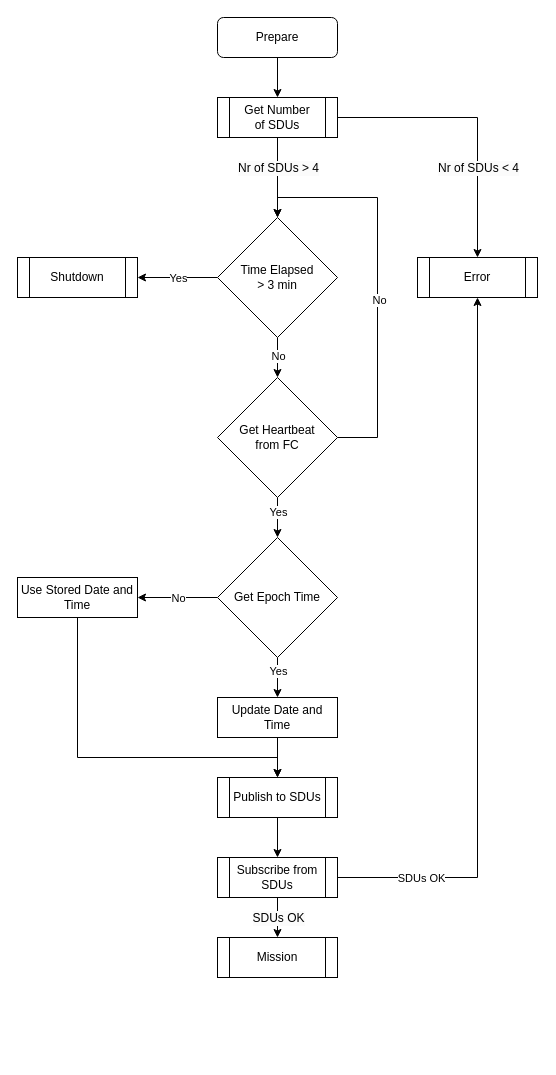
Above: page "MDU_PREPARE" (3 of 11) of MESCC/2nd_year/2nd_semester/system_diagram.drawio in carlosrijo9/ISEP (draw.io), before the change. Source tidied: cells renumbered, new cells numbered last; positions are measured from the earlier drawing's top-left corner, leaving out a move shared by most shapes. Both pictures are drawn from the tidied source at 100%, with x=0, y=0 at pixel (17, 17).
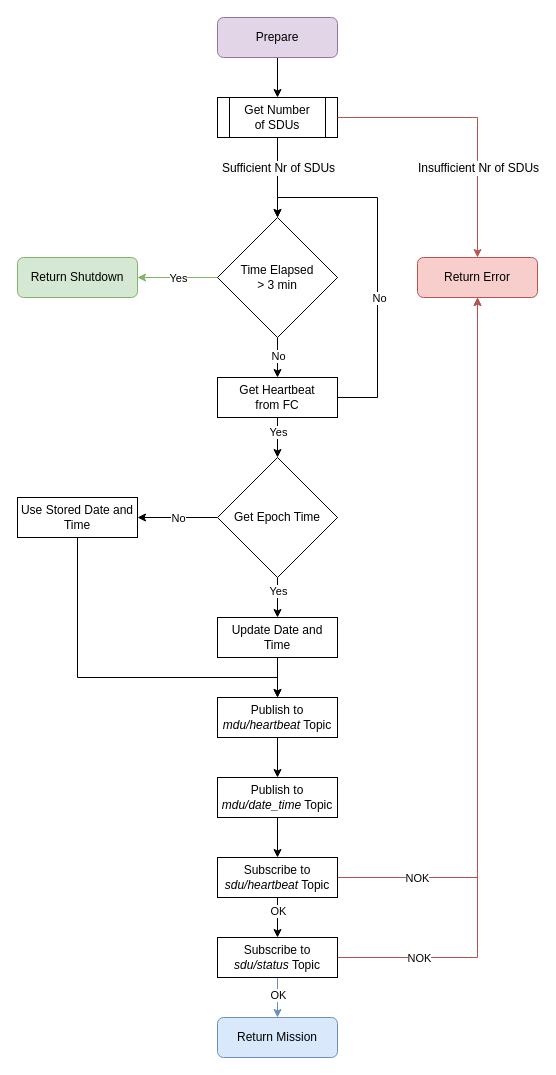
The same page after the edit.

Unchanged cells that the change refers to:
```xml
<mxCell id="16" value="&lt;div&gt;Time Elapsed&lt;/div&gt;&lt;div&gt;&amp;gt; 3 min&lt;/div&gt;" style="rhombus;whiteSpace=wrap;html=1;" parent="1" vertex="1">
  <mxGeometry x="200" y="200" width="120" height="120" as="geometry" />
</mxCell>
<mxCell id="27" style="edgeStyle=orthogonalEdgeStyle;rounded=0;jettySize=auto;html=1;exitX=0.5;exitY=1;exitDx=0;exitDy=0;" parent="1" edge="1" source="29" target="16">
  <mxGeometry relative="1" as="geometry" />
</mxCell>
<mxCell id="29" value="&lt;div&gt;Get Number&lt;/div&gt;&lt;div&gt;of SDUs&lt;/div&gt;" style="shape=process;whiteSpace=wrap;html=1;backgroundOutline=1;" parent="1" vertex="1">
  <mxGeometry x="200" y="80" width="120" height="40" as="geometry" />
</mxCell>
```

The edit, as a diff of the source:
```diff
@@
+    <mxCell id="39" style="edgeStyle=orthogonalEdgeStyle;rounded=0;jettySize=auto;html=1;exitX=1;exitY=0.5;exitDx=0;exitDy=0;entryX=0.5;entryY=1;entryDx=0;entryDy=0;fillColor=#f8cecc;strokeColor=#b85450;" parent="1" edge="1" source="54" target="45">
+      <mxGeometry relative="1" as="geometry" />
+    </mxCell>
+    <mxCell id="40" value="NOK" style="edgeLabel;html=1;align=center;verticalAlign=middle;" parent="39" vertex="1">
+      <mxGeometry x="-0.86" y="-2" relative="1" as="geometry">
+        <mxPoint x="25" y="-2" as="offset" />
+      </mxGeometry>
+    </mxCell>
+    <mxCell id="8" style="edgeStyle=orthogonalEdgeStyle;rounded=0;jettySize=auto;html=1;exitX=1;exitY=0.5;exitDx=0;exitDy=0;entryX=0.5;entryY=1;entryDx=0;entryDy=0;fillColor=#f8cecc;strokeColor=#b85450;" parent="1" edge="1" source="53" target="45">
+      <mxGeometry relative="1" as="geometry" />
+    </mxCell>
+    <mxCell id="41" value="NOK" style="edgeLabel;html=1;align=center;verticalAlign=middle;" parent="8" vertex="1">
+      <mxGeometry x="-0.84" y="1" relative="1" as="geometry">
+        <mxPoint x="21" y="1" as="offset" />
+      </mxGeometry>
+    </mxCell>
-    <mxCell id="2" style="edgeStyle=orthogonalEdgeStyle;rounded=0;jettySize=auto;html=1;exitX=1;exitY=0.5;exitDx=0;exitDy=0;entryX=0.5;entryY=0;entryDx=0;entryDy=0;" parent="1" edge="1" source="7" target="16">
+    <mxCell id="2" style="edgeStyle=orthogonalEdgeStyle;rounded=0;jettySize=auto;html=1;entryX=0.5;entryY=0;entryDx=0;entryDy=0;exitX=1;exitY=0.5;exitDx=0;exitDy=0;" parent="1" edge="1" source="7" target="16">
       <mxGeometry relative="1" as="geometry">
         <Array as="points">
-          <mxPoint x="360" y="420" />
+          <mxPoint x="360" y="380" />
           <mxPoint x="360" y="180" />
           <mxPoint x="260" y="180" />
         </Array>
       </mxGeometry>
     </mxCell>
     <mxCell id="3" value="No" style="edgeLabel;html=1;align=center;verticalAlign=middle;" parent="2" vertex="1">
       <mxGeometry x="0.07" y="-1" relative="1" as="geometry">
-        <mxPoint y="36" as="offset" />
+        <mxPoint y="53" as="offset" />
       </mxGeometry>
     </mxCell>
     <mxCell id="4" style="edgeStyle=orthogonalEdgeStyle;rounded=0;orthogonalLoop=1;jettySize=auto;html=1;" parent="1" edge="1">
       <mxGeometry relative="1" as="geometry">
-        <mxPoint x="260" y="520" as="sourcePoint" />
-        <mxPoint x="260" y="520" as="targetPoint" />
+        <mxPoint x="260" y="440" as="sourcePoint" />
+        <mxPoint x="260" y="440" as="targetPoint" />
       </mxGeometry>
     </mxCell>
-    <mxCell id="5" style="edgeStyle=orthogonalEdgeStyle;rounded=0;jettySize=auto;html=1;" parent="1" edge="1" source="7" target="21">
+    <mxCell id="5" style="edgeStyle=orthogonalEdgeStyle;rounded=0;jettySize=auto;html=1;exitX=0.5;exitY=1;exitDx=0;exitDy=0;" parent="1" edge="1" source="7" target="21">
       <mxGeometry relative="1" as="geometry" />
     </mxCell>
@@
-    <mxCell id="7" value="&lt;div&gt;Get&amp;nbsp;&lt;span style=&quot;background-color: initial;&quot;&gt;Heartbeat&lt;/span&gt;&lt;/div&gt;&lt;div&gt;&lt;span style=&quot;background-color: initial;&quot;&gt;from FC&lt;/span&gt;&lt;/div&gt;" style="rhombus;whiteSpace=wrap;html=1;" parent="1" vertex="1">
-      <mxGeometry x="200" y="360" width="120" height="120" as="geometry" />
-    </mxCell>
-    <mxCell id="8" style="edgeStyle=orthogonalEdgeStyle;rounded=0;jettySize=auto;html=1;exitX=1;exitY=0.5;exitDx=0;exitDy=0;entryX=0.5;entryY=1;entryDx=0;entryDy=0;" parent="1" edge="1" source="33" target="38">
-      <mxGeometry relative="1" as="geometry" />
-    </mxCell>
-    <mxCell id="9" value="SDUs OK" style="edgeLabel;html=1;align=center;verticalAlign=middle;" parent="8" vertex="1">
-      <mxGeometry x="-0.77" y="-1" relative="1" as="geometry">
-        <mxPoint y="-1" as="offset" />
-      </mxGeometry>
-    </mxCell>
-    <mxCell id="10" style="edgeStyle=orthogonalEdgeStyle;rounded=0;jettySize=auto;html=1;entryX=0.5;entryY=0;entryDx=0;entryDy=0;exitX=0.5;exitY=1;exitDx=0;exitDy=0;" parent="1" edge="1" source="33" target="36">
-      <mxGeometry relative="1" as="geometry" />
-    </mxCell>
-    <mxCell id="11" value="&lt;div style=&quot;border-color: var(--border-color); font-size: 12px; background-color: rgb(251, 251, 251);&quot;&gt;SDUs OK&lt;br&gt;&lt;/div&gt;" style="edgeLabel;html=1;align=center;verticalAlign=middle;" parent="10" vertex="1">
-      <mxGeometry x="-0.01" y="1" relative="1" as="geometry">
-        <mxPoint x="-1" as="offset" />
-      </mxGeometry>
-    </mxCell>
-    <mxCell id="12" style="edgeStyle=orthogonalEdgeStyle;rounded=0;jettySize=auto;html=1;" parent="1" edge="1" source="16" target="7">
+    <mxCell id="12" style="edgeStyle=orthogonalEdgeStyle;rounded=0;jettySize=auto;html=1;entryX=0.5;entryY=0;entryDx=0;entryDy=0;" parent="1" edge="1" source="16" target="7">
       <mxGeometry relative="1" as="geometry" />
     </mxCell>
@@
-    <mxCell id="14" style="edgeStyle=orthogonalEdgeStyle;rounded=0;jettySize=auto;html=1;entryX=1;entryY=0.5;entryDx=0;entryDy=0;" parent="1" edge="1" source="16" target="37">
+    <mxCell id="14" style="edgeStyle=orthogonalEdgeStyle;rounded=0;jettySize=auto;html=1;entryX=1;entryY=0.5;entryDx=0;entryDy=0;fillColor=#d5e8d4;strokeColor=#82b366;" parent="1" edge="1" source="16" target="44">
       <mxGeometry relative="1" as="geometry" />
     </mxCell>
@@
     <mxCell id="21" value="Get Epoch Time" style="rhombus;whiteSpace=wrap;html=1;" parent="1" vertex="1">
-      <mxGeometry x="200" y="520" width="120" height="120" as="geometry" />
+      <mxGeometry x="200" y="440" width="120" height="120" as="geometry" />
     </mxCell>
-    <mxCell id="22" style="edgeStyle=orthogonalEdgeStyle;rounded=0;jettySize=auto;html=1;exitX=0.5;exitY=1;exitDx=0;exitDy=0;entryX=0.5;entryY=0;entryDx=0;entryDy=0;" parent="1" edge="1" source="23" target="24">
+    <mxCell id="22" style="edgeStyle=orthogonalEdgeStyle;rounded=0;jettySize=auto;html=1;exitX=0.5;exitY=1;exitDx=0;exitDy=0;entryX=0.5;entryY=0;entryDx=0;entryDy=0;" parent="1" edge="1" source="23" target="50">
       <mxGeometry relative="1" as="geometry">
         <Array as="points">
-          <mxPoint x="60" y="740" />
-          <mxPoint x="260" y="740" />
+          <mxPoint x="60" y="660" />
+          <mxPoint x="260" y="660" />
         </Array>
       </mxGeometry>
     </mxCell>
     <mxCell id="23" value="Use Stored Date and Time" style="whiteSpace=wrap;html=1;" parent="1" vertex="1">
-      <mxGeometry y="560" width="120" height="40" as="geometry" />
+      <mxGeometry y="480" width="120" height="40" as="geometry" />
     </mxCell>
-    <mxCell id="24" value="Publish to SDUs" style="shape=process;whiteSpace=wrap;html=1;backgroundOutline=1;" parent="1" vertex="1">
-      <mxGeometry x="200" y="760" width="120" height="40" as="geometry" />
-    </mxCell>
-    <mxCell id="25" style="edgeStyle=orthogonalEdgeStyle;rounded=0;jettySize=auto;html=1;" parent="1" edge="1" source="26" target="24">
+    <mxCell id="25" style="edgeStyle=orthogonalEdgeStyle;rounded=0;jettySize=auto;html=1;entryX=0.5;entryY=0;entryDx=0;entryDy=0;" parent="1" edge="1" source="26" target="50">
       <mxGeometry relative="1" as="geometry" />
     </mxCell>
     <mxCell id="26" value="Update Date and Time" style="whiteSpace=wrap;html=1;" parent="1" vertex="1">
-      <mxGeometry x="200" y="680" width="120" height="40" as="geometry" />
+      <mxGeometry x="200" y="600" width="120" height="40" as="geometry" />
     </mxCell>
@@
-    <mxCell id="28" value="&lt;div style=&quot;border-color: var(--border-color); font-size: 12px; background-color: rgb(251, 251, 251);&quot;&gt;Nr of SDUs &amp;gt; 4&lt;/div&gt;" style="edgeLabel;html=1;align=center;verticalAlign=middle;" parent="27" vertex="1">
+    <mxCell id="28" value="&lt;div style=&quot;border-color: var(--border-color); font-size: 12px; background-color: rgb(251, 251, 251);&quot;&gt;Sufficient Nr of SDUs&lt;br&gt;&lt;/div&gt;" style="edgeLabel;html=1;align=center;verticalAlign=middle;" parent="27" vertex="1">
       <mxGeometry x="-0.58" y="-1" relative="1" as="geometry">
         <mxPoint x="1" y="13" as="offset" />
       </mxGeometry>
     </mxCell>
@@
-    <mxCell id="30" style="edgeStyle=orthogonalEdgeStyle;rounded=0;jettySize=auto;html=1;entryX=0.5;entryY=0;entryDx=0;entryDy=0;exitX=1;exitY=0.5;exitDx=0;exitDy=0;" parent="1" edge="1" source="29" target="38">
+    <mxCell id="30" style="edgeStyle=orthogonalEdgeStyle;rounded=0;jettySize=auto;html=1;entryX=0.5;entryY=0;entryDx=0;entryDy=0;exitX=1;exitY=0.5;exitDx=0;exitDy=0;fillColor=#f8cecc;strokeColor=#b85450;" parent="1" edge="1" source="29" target="45">
       <mxGeometry relative="1" as="geometry" />
     </mxCell>
-    <mxCell id="31" value="&lt;div style=&quot;border-color: var(--border-color); font-size: 12px; background-color: rgb(251, 251, 251);&quot;&gt;Nr of SDUs &amp;lt; 4&lt;/div&gt;" style="edgeLabel;html=1;align=center;verticalAlign=middle;" parent="30" vertex="1">
+    <mxCell id="31" value="&lt;div style=&quot;border-color: var(--border-color); font-size: 12px; background-color: rgb(251, 251, 251);&quot;&gt;Insufficient Nr of SDUs&lt;br&gt;&lt;/div&gt;" style="edgeLabel;html=1;align=center;verticalAlign=middle;" parent="30" vertex="1">
       <mxGeometry x="-0.39" y="-3" relative="1" as="geometry">
         <mxPoint x="55" y="47" as="offset" />
       </mxGeometry>
     </mxCell>
-    <mxCell id="32" style="edgeStyle=orthogonalEdgeStyle;rounded=0;jettySize=auto;html=1;" parent="1" edge="1" source="24" target="33">
-      <mxGeometry relative="1" as="geometry" />
-    </mxCell>
-    <mxCell id="33" value="Subscribe from SDUs" style="shape=process;whiteSpace=wrap;html=1;backgroundOutline=1;" parent="1" vertex="1">
-      <mxGeometry x="200" y="840" width="120" height="40" as="geometry" />
-    </mxCell>
+    <mxCell id="42" style="edgeStyle=orthogonalEdgeStyle;rounded=0;jettySize=auto;html=1;exitX=0.5;exitY=1;exitDx=0;exitDy=0;fillColor=#dae8fc;strokeColor=#6c8ebf;" parent="1" edge="1" source="54" target="46">
+      <mxGeometry relative="1" as="geometry" />
+    </mxCell>
+    <mxCell id="43" value="OK" style="edgeLabel;html=1;align=center;verticalAlign=middle;" parent="42" vertex="1">
+      <mxGeometry x="-0.19" relative="1" as="geometry">
+        <mxPoint y="1" as="offset" />
+      </mxGeometry>
+    </mxCell>
@@
-    <mxCell id="35" value="Prepare" style="rounded=1;whiteSpace=wrap;html=1;" parent="1" vertex="1">
+    <mxCell id="35" value="Prepare" style="rounded=1;whiteSpace=wrap;html=1;fillColor=#e1d5e7;strokeColor=#9673a6;" parent="1" vertex="1">
       <mxGeometry x="200" width="120" height="40" as="geometry" />
     </mxCell>
-    <mxCell id="36" value="Mission" style="shape=process;whiteSpace=wrap;html=1;backgroundOutline=1;" parent="1" vertex="1">
-      <mxGeometry x="200" y="920" width="120" height="40" as="geometry" />
-    </mxCell>
-    <mxCell id="37" value="Shutdown" style="shape=process;whiteSpace=wrap;html=1;backgroundOutline=1;" parent="1" vertex="1">
-      <mxGeometry y="240" width="120" height="40" as="geometry" />
-    </mxCell>
-    <mxCell id="38" value="Error" style="shape=process;whiteSpace=wrap;html=1;backgroundOutline=1;" parent="1" vertex="1">
-      <mxGeometry x="400" y="240" width="120" height="40" as="geometry" />
-    </mxCell>
+    <mxCell id="44" value="Return Shutdown" style="rounded=1;whiteSpace=wrap;html=1;fillColor=#d5e8d4;strokeColor=#82b366;" parent="1" vertex="1">
+      <mxGeometry y="240" width="120" height="40" as="geometry" />
+    </mxCell>
+    <mxCell id="45" value="Return Error" style="rounded=1;whiteSpace=wrap;html=1;fillColor=#f8cecc;strokeColor=#b85450;" parent="1" vertex="1">
+      <mxGeometry x="400" y="240" width="120" height="40" as="geometry" />
+    </mxCell>
+    <mxCell id="46" value="Return Mission" style="rounded=1;whiteSpace=wrap;html=1;fillColor=#dae8fc;strokeColor=#6c8ebf;" parent="1" vertex="1">
+      <mxGeometry x="200" y="1000" width="120" height="40" as="geometry" />
+    </mxCell>
+    <mxCell id="47" style="edgeStyle=orthogonalEdgeStyle;rounded=0;jettySize=auto;html=1;" parent="1" edge="1" source="48" target="53">
+      <mxGeometry relative="1" as="geometry" />
+    </mxCell>
+    <mxCell id="48" value="Publish to &lt;i&gt;mdu/date_time&lt;/i&gt; Topic" style="rounded=0;whiteSpace=wrap;html=1;" parent="1" vertex="1">
+      <mxGeometry x="200" y="760" width="120" height="40" as="geometry" />
+    </mxCell>
+    <mxCell id="49" style="edgeStyle=orthogonalEdgeStyle;rounded=0;jettySize=auto;html=1;" parent="1" edge="1" source="50" target="48">
+      <mxGeometry relative="1" as="geometry" />
+    </mxCell>
+    <mxCell id="50" value="Publish to &lt;i&gt;mdu/heartbeat&lt;/i&gt; Topic" style="rounded=0;whiteSpace=wrap;html=1;" parent="1" vertex="1">
+      <mxGeometry x="200" y="680" width="120" height="40" as="geometry" />
+    </mxCell>
+    <mxCell id="51" style="edgeStyle=orthogonalEdgeStyle;rounded=0;jettySize=auto;html=1;" parent="1" edge="1" source="53" target="54">
+      <mxGeometry relative="1" as="geometry" />
+    </mxCell>
+    <mxCell id="52" value="OK" style="edgeLabel;html=1;align=center;verticalAlign=middle;" parent="51" vertex="1">
+      <mxGeometry x="-0.33" relative="1" as="geometry" />
+    </mxCell>
+    <mxCell id="53" value="Subscribe to &lt;i&gt;sdu/heartbeat&lt;/i&gt; Topic" style="rounded=0;whiteSpace=wrap;html=1;" parent="1" vertex="1">
+      <mxGeometry x="200" y="840" width="120" height="40" as="geometry" />
+    </mxCell>
+    <mxCell id="54" value="Subscribe to &lt;i&gt;sdu/status&lt;/i&gt; Topic" style="rounded=0;whiteSpace=wrap;html=1;" parent="1" vertex="1">
+      <mxGeometry x="200" y="920" width="120" height="40" as="geometry" />
+    </mxCell>
+    <mxCell id="7" value="&lt;div style=&quot;border-color: var(--border-color);&quot;&gt;Get&amp;nbsp;Heartbeat&lt;/div&gt;&lt;div style=&quot;border-color: var(--border-color);&quot;&gt;&lt;span style=&quot;border-color: var(--border-color); background-color: initial;&quot;&gt;from FC&lt;/span&gt;&lt;/div&gt;" style="whiteSpace=wrap;html=1;" parent="1" vertex="1">
+      <mxGeometry x="200" y="360" width="120" height="40" as="geometry" />
+    </mxCell>
```
